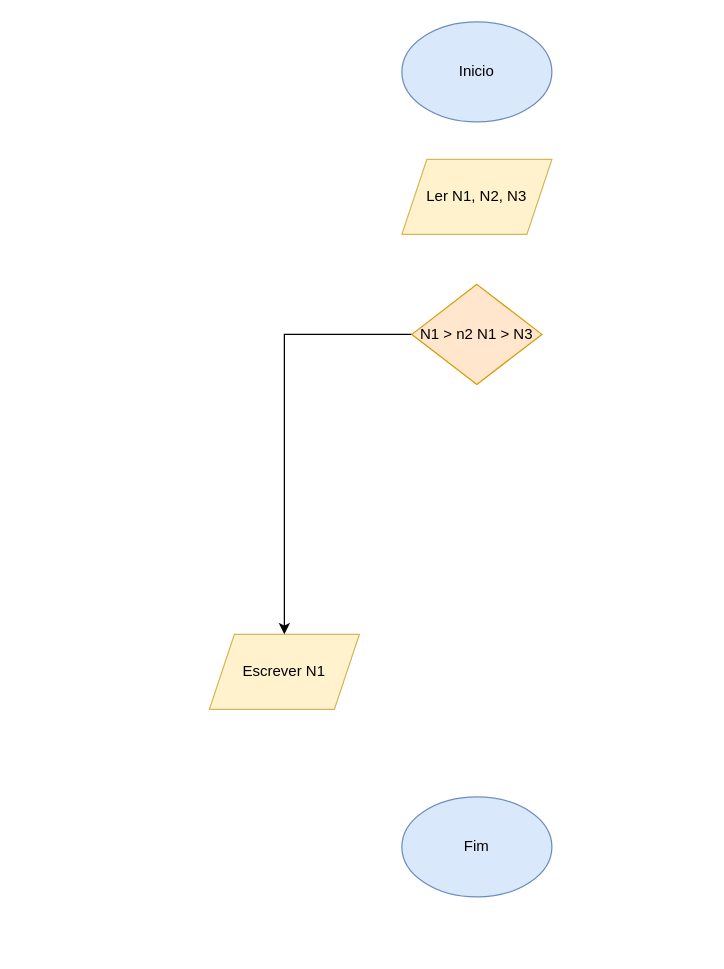
Above: Fluxograma4.drawio in Kinner25/Fluxogramas (draw.io), before the change. Source tidied: cells renumbered, new cells numbered last; positions are measured from the earlier drawing's top-left corner, leaving out a move shared by most shapes. Both pictures are drawn from the tidied source at 125%, with x=0, y=0 at pixel (209, 21).
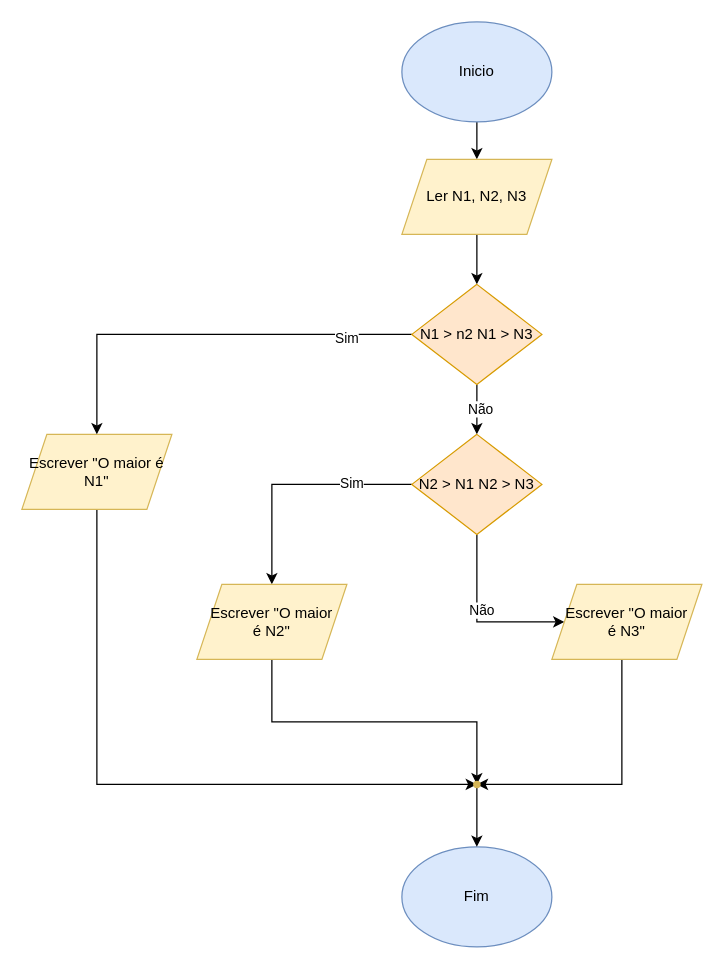
The same page after the edit.

Unchanged cells that the change refers to:
```xml
<mxCell id="2" value="Inicio" style="ellipse;whiteSpace=wrap;html=1;shapeInside=1;fillColor=#dae8fc;strokeColor=#6c8ebf;" parent="1" vertex="1">
  <mxGeometry x="154" width="120" height="80" as="geometry" />
</mxCell>
<mxCell id="4" value="Ler N1, N2, N3" style="shape=parallelogram;perimeter=parallelogramPerimeter;whiteSpace=wrap;html=1;shapeInside=1;fixedSize=1;fillColor=#fff2cc;strokeColor=#d6b656;" parent="1" vertex="1">
  <mxGeometry x="154" y="110" width="120" height="60" as="geometry" />
</mxCell>
<mxCell id="7" value="N1 &amp;gt; n2 N1 &amp;gt; N3" style="rhombus;whiteSpace=wrap;html=1;shapeInside=1;fillColor=#ffe6cc;strokeColor=#d79b00;" parent="1" vertex="1">
  <mxGeometry x="162" y="210" width="104" height="80" as="geometry" />
</mxCell>
```

The edit, as a diff of the source:
```diff
@@
+    <mxCell id="8" style="edgeStyle=orthogonalEdgeStyle;rounded=0;jettySize=auto;html=1;" parent="1" edge="1" source="2" target="4">
+      <mxGeometry relative="1" as="geometry" />
+    </mxCell>
@@
     <mxCell id="3" value="Fim" style="ellipse;whiteSpace=wrap;html=1;shapeInside=1;fillColor=#dae8fc;strokeColor=#6c8ebf;" parent="1" vertex="1">
-      <mxGeometry x="154" y="620" width="120" height="80" as="geometry" />
+      <mxGeometry x="154" y="660" width="120" height="80" as="geometry" />
     </mxCell>
+    <mxCell id="9" style="edgeStyle=orthogonalEdgeStyle;rounded=0;jettySize=auto;html=1;" parent="1" edge="1" source="4" target="7">
+      <mxGeometry relative="1" as="geometry" />
+    </mxCell>
@@
+    <mxCell id="10" style="edgeStyle=orthogonalEdgeStyle;rounded=0;jettySize=auto;html=1;" parent="1" edge="1" source="5" target="24">
+      <mxGeometry relative="1" as="geometry">
+        <Array as="points">
+          <mxPoint x="-90" y="610" />
+        </Array>
+      </mxGeometry>
+    </mxCell>
-    <mxCell id="5" value="Escrever N1" style="shape=parallelogram;perimeter=parallelogramPerimeter;whiteSpace=wrap;html=1;shapeInside=1;fixedSize=1;fillColor=#fff2cc;strokeColor=#d6b656;" parent="1" vertex="1">
-      <mxGeometry y="490" width="120" height="60" as="geometry" />
+    <mxCell id="5" value="Escrever &quot;O maior é N1&quot;" style="shape=parallelogram;perimeter=parallelogramPerimeter;whiteSpace=wrap;html=1;shapeInside=1;fixedSize=1;fillColor=#fff2cc;strokeColor=#d6b656;" parent="1" vertex="1">
+      <mxGeometry x="-150" y="330" width="120" height="60" as="geometry" />
     </mxCell>
     <mxCell id="6" style="edgeStyle=orthogonalEdgeStyle;rounded=0;jettySize=auto;html=1;entryX=0.5;entryY=0;entryDx=0;entryDy=0;" parent="1" edge="1" source="7" target="5">
       <mxGeometry relative="1" as="geometry">
         <Array as="points">
-          <mxPoint x="60" y="250" />
+          <mxPoint x="-90" y="250" />
         </Array>
       </mxGeometry>
     </mxCell>
+    <mxCell id="11" value="Sim" style="edgeLabel;html=1;align=center;verticalAlign=middle;" parent="6" vertex="1">
+      <mxGeometry x="-0.68" y="2" relative="1" as="geometry" />
+    </mxCell>
+    <mxCell id="12" style="edgeStyle=orthogonalEdgeStyle;rounded=0;jettySize=auto;html=1;" parent="1" edge="1" source="7" target="18">
+      <mxGeometry relative="1" as="geometry" />
+    </mxCell>
+    <mxCell id="13" value="Não" style="edgeLabel;html=1;align=center;verticalAlign=middle;" parent="12" vertex="1">
+      <mxGeometry x="-0.05" y="2" relative="1" as="geometry" />
+    </mxCell>
@@
+    <mxCell id="14" style="edgeStyle=orthogonalEdgeStyle;rounded=0;jettySize=auto;html=1;" parent="1" edge="1" source="18" target="20">
+      <mxGeometry relative="1" as="geometry" />
+    </mxCell>
+    <mxCell id="15" value="Sim" style="edgeLabel;html=1;align=center;verticalAlign=middle;" parent="14" vertex="1">
+      <mxGeometry x="-0.49" y="-2" relative="1" as="geometry" />
+    </mxCell>
+    <mxCell id="16" style="edgeStyle=orthogonalEdgeStyle;rounded=0;jettySize=auto;html=1;entryX=0;entryY=0.5;entryDx=0;entryDy=0;" parent="1" edge="1" source="18" target="22">
+      <mxGeometry relative="1" as="geometry">
+        <Array as="points">
+          <mxPoint x="214" y="480" />
+        </Array>
+      </mxGeometry>
+    </mxCell>
+    <mxCell id="17" value="Não" style="edgeLabel;html=1;align=center;verticalAlign=middle;" parent="16" vertex="1">
+      <mxGeometry x="-0.15" y="3" relative="1" as="geometry" />
+    </mxCell>
+    <mxCell id="18" value="N2 &amp;gt; N1 N2 &amp;gt; N3" style="rhombus;whiteSpace=wrap;html=1;shapeInside=1;fillColor=#ffe6cc;strokeColor=#d79b00;" parent="1" vertex="1">
+      <mxGeometry x="162" y="330" width="104" height="80" as="geometry" />
+    </mxCell>
+    <mxCell id="19" style="edgeStyle=orthogonalEdgeStyle;rounded=0;jettySize=auto;html=1;" parent="1" edge="1" source="20" target="24">
+      <mxGeometry relative="1" as="geometry">
+        <Array as="points">
+          <mxPoint x="50" y="560" />
+          <mxPoint x="214" y="560" />
+        </Array>
+      </mxGeometry>
+    </mxCell>
+    <mxCell id="20" value="Escrever &quot;&lt;span style=&quot;background-color: transparent; color: light-dark(rgb(0, 0, 0), rgb(255, 255, 255));&quot;&gt;O maior é&amp;nbsp;&lt;/span&gt;&lt;span style=&quot;background-color: transparent; color: light-dark(rgb(0, 0, 0), rgb(255, 255, 255));&quot;&gt;N2&quot;&lt;/span&gt;" style="shape=parallelogram;perimeter=parallelogramPerimeter;whiteSpace=wrap;html=1;shapeInside=1;fixedSize=1;fillColor=#fff2cc;strokeColor=#d6b656;" parent="1" vertex="1">
+      <mxGeometry x="-10" y="450" width="120" height="60" as="geometry" />
+    </mxCell>
+    <mxCell id="21" style="edgeStyle=orthogonalEdgeStyle;rounded=0;jettySize=auto;html=1;" parent="1" edge="1" source="22" target="24">
+      <mxGeometry relative="1" as="geometry">
+        <Array as="points">
+          <mxPoint x="330" y="610" />
+        </Array>
+      </mxGeometry>
+    </mxCell>
+    <mxCell id="22" value="Escrever &quot;&lt;span style=&quot;background-color: transparent; color: light-dark(rgb(0, 0, 0), rgb(255, 255, 255));&quot;&gt;O maior é&amp;nbsp;&lt;/span&gt;&lt;span style=&quot;background-color: transparent; color: light-dark(rgb(0, 0, 0), rgb(255, 255, 255));&quot;&gt;N3&quot;&lt;/span&gt;" style="shape=parallelogram;perimeter=parallelogramPerimeter;whiteSpace=wrap;html=1;shapeInside=1;fixedSize=1;fillColor=#fff2cc;strokeColor=#d6b656;" parent="1" vertex="1">
+      <mxGeometry x="274" y="450" width="120" height="60" as="geometry" />
+    </mxCell>
+    <mxCell id="23" style="edgeStyle=orthogonalEdgeStyle;rounded=0;jettySize=auto;html=1;" parent="1" edge="1" source="24" target="3">
+      <mxGeometry relative="1" as="geometry" />
+    </mxCell>
+    <mxCell id="24" style="shape=waypoint;sketch=0;size=6;points=[];fillColor=#fff2cc;perimeter=centerPerimeter;snapToPoint=1;strokeColor=#d6b656;" parent="1" vertex="1">
+      <mxGeometry x="204" y="600" width="20" height="20" as="geometry" />
+    </mxCell>
```
